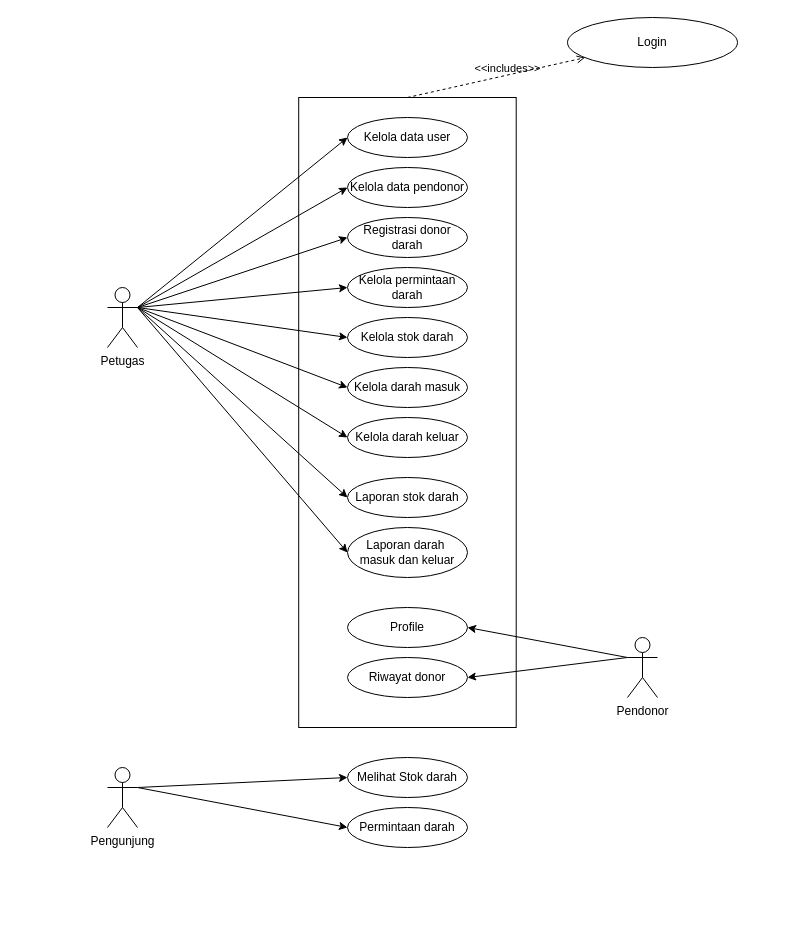
This is page "usecase" (1 of 5) of Untitled Diagram.drawio from afdikomayte/UDD-PMI-blood-donation-service, a draw.io file, before an edit. Source tidied: cells renumbered, new cells numbered last; positions are measured from the earlier drawing's top-left corner, leaving out a move shared by most shapes. Both pictures are drawn from the tidied source at 100%, with x=0, y=0 at pixel (107, 17).
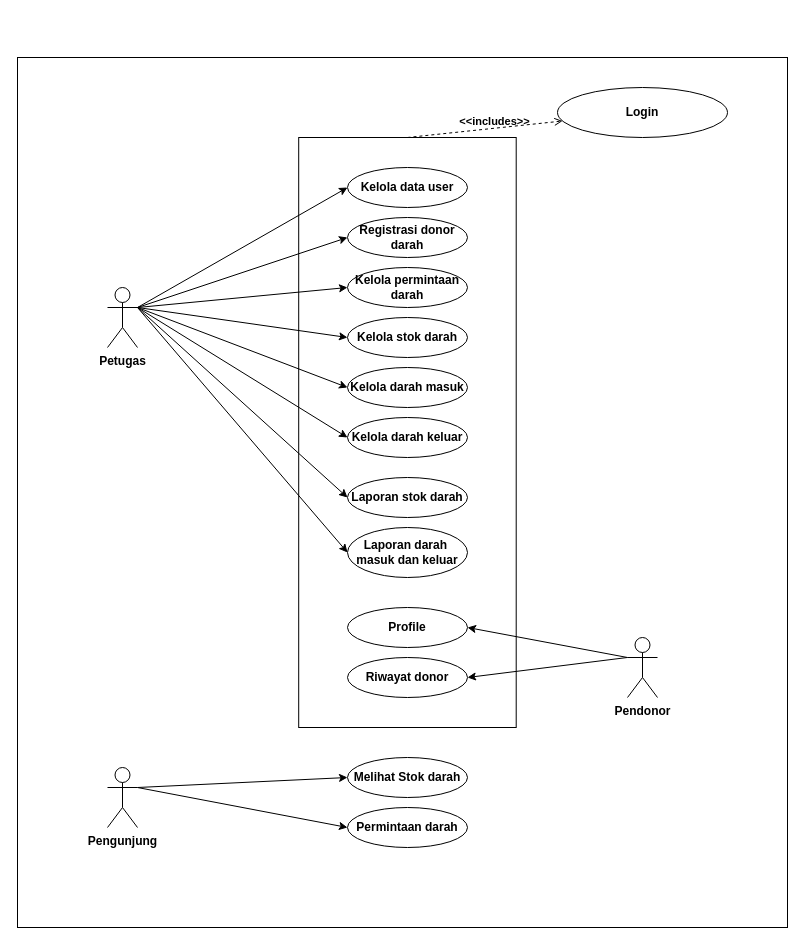
Above is the later version.

The edit, as a diff of the source:
```diff
@@
+    <mxCell id="34" style="rounded=0;whiteSpace=wrap;html=1;fontStyle=1;" parent="1" vertex="1">
+      <mxGeometry x="-90" y="40" width="770" height="870" as="geometry" />
+    </mxCell>
-    <mxCell id="2" style="rounded=0;whiteSpace=wrap;html=1;" parent="1" vertex="1">
-      <mxGeometry x="191.2" y="80" width="217.5" height="630" as="geometry" />
+    <mxCell id="2" style="rounded=0;whiteSpace=wrap;html=1;fontStyle=1;" parent="1" vertex="1">
+      <mxGeometry x="191.2" y="120" width="217.5" height="590" as="geometry" />
     </mxCell>
-    <mxCell id="3" style="rounded=0;jettySize=auto;html=1;exitX=1;exitY=0.3333333333333333;exitDx=0;exitDy=0;exitPerimeter=0;entryX=0;entryY=0.5;entryDx=0;entryDy=0;" parent="1" edge="1" source="5" target="7">
+    <mxCell id="3" style="rounded=0;jettySize=auto;html=1;exitX=1;exitY=0.3333333333333333;exitDx=0;exitDy=0;exitPerimeter=0;entryX=0;entryY=0.5;entryDx=0;entryDy=0;fontStyle=1;" parent="1" edge="1" source="5" target="7">
       <mxGeometry relative="1" as="geometry" />
     </mxCell>
-    <mxCell id="4" style="rounded=0;jettySize=auto;html=1;exitX=1;exitY=0.3333333333333333;exitDx=0;exitDy=0;exitPerimeter=0;entryX=0;entryY=0.5;entryDx=0;entryDy=0;" parent="1" edge="1" source="5" target="8">
-      <mxGeometry relative="1" as="geometry" />
-    </mxCell>
-    <mxCell id="5" value="Petugas" style="shape=umlActor;verticalLabelPosition=bottom;verticalAlign=top;html=1;outlineConnect=0;" parent="1" vertex="1">
+    <mxCell id="5" value="Petugas" style="shape=umlActor;verticalLabelPosition=bottom;verticalAlign=top;html=1;outlineConnect=0;fontStyle=1;" parent="1" vertex="1">
       <mxGeometry y="270" width="30" height="60" as="geometry" />
     </mxCell>
-    <mxCell id="6" value="Login" style="ellipse;whiteSpace=wrap;html=1;" parent="1" vertex="1">
-      <mxGeometry x="460" width="170" height="50" as="geometry" />
+    <mxCell id="6" value="Login" style="ellipse;whiteSpace=wrap;html=1;fontStyle=1;" parent="1" vertex="1">
+      <mxGeometry x="450" y="70" width="170" height="50" as="geometry" />
     </mxCell>
-    <mxCell id="7" value="Kelola data user" style="ellipse;whiteSpace=wrap;html=1;" parent="1" vertex="1">
-      <mxGeometry x="240" y="100" width="120" height="40" as="geometry" />
+    <mxCell id="7" value="Kelola data user" style="ellipse;whiteSpace=wrap;html=1;fontStyle=1;" parent="1" vertex="1">
+      <mxGeometry x="240" y="150" width="120" height="40" as="geometry" />
     </mxCell>
-    <mxCell id="8" value="Kelola data pendonor" style="ellipse;whiteSpace=wrap;html=1;" parent="1" vertex="1">
-      <mxGeometry x="240" y="150" width="120" height="40" as="geometry" />
-    </mxCell>
-    <mxCell id="9" value="Registrasi donor darah" style="ellipse;whiteSpace=wrap;html=1;" parent="1" vertex="1">
+    <mxCell id="9" value="Registrasi donor darah" style="ellipse;whiteSpace=wrap;html=1;fontStyle=1;" parent="1" vertex="1">
       <mxGeometry x="240" y="200" width="120" height="40" as="geometry" />
     </mxCell>
-    <mxCell id="10" value="Kelola permintaan darah" style="ellipse;whiteSpace=wrap;html=1;" parent="1" vertex="1">
+    <mxCell id="10" value="Kelola permintaan darah" style="ellipse;whiteSpace=wrap;html=1;fontStyle=1;" parent="1" vertex="1">
       <mxGeometry x="240" y="250" width="120" height="40" as="geometry" />
     </mxCell>
-    <mxCell id="11" value="Kelola stok darah" style="ellipse;whiteSpace=wrap;html=1;" parent="1" vertex="1">
+    <mxCell id="11" value="Kelola stok darah" style="ellipse;whiteSpace=wrap;html=1;fontStyle=1;" parent="1" vertex="1">
       <mxGeometry x="240" y="300" width="120" height="40" as="geometry" />
     </mxCell>
-    <mxCell id="12" value="Kelola darah masuk" style="ellipse;whiteSpace=wrap;html=1;" parent="1" vertex="1">
+    <mxCell id="12" value="Kelola darah masuk" style="ellipse;whiteSpace=wrap;html=1;fontStyle=1;" parent="1" vertex="1">
       <mxGeometry x="240" y="350" width="120" height="40" as="geometry" />
     </mxCell>
-    <mxCell id="13" value="Kelola darah keluar" style="ellipse;whiteSpace=wrap;html=1;" parent="1" vertex="1">
+    <mxCell id="13" value="Kelola darah keluar" style="ellipse;whiteSpace=wrap;html=1;fontStyle=1;" parent="1" vertex="1">
       <mxGeometry x="240" y="400" width="120" height="40" as="geometry" />
     </mxCell>
-    <mxCell id="14" style="rounded=0;jettySize=auto;html=1;entryX=0;entryY=0.5;entryDx=0;entryDy=0;exitX=1;exitY=0.3333333333333333;exitDx=0;exitDy=0;exitPerimeter=0;" parent="1" edge="1" source="5" target="9">
+    <mxCell id="14" style="rounded=0;jettySize=auto;html=1;entryX=0;entryY=0.5;entryDx=0;entryDy=0;exitX=1;exitY=0.3333333333333333;exitDx=0;exitDy=0;exitPerimeter=0;fontStyle=1;" parent="1" edge="1" source="5" target="9">
       <mxGeometry relative="1" as="geometry" />
     </mxCell>
-    <mxCell id="15" style="rounded=0;jettySize=auto;html=1;entryX=0;entryY=0.5;entryDx=0;entryDy=0;exitX=1;exitY=0.3333333333333333;exitDx=0;exitDy=0;exitPerimeter=0;" parent="1" edge="1" source="5" target="10">
+    <mxCell id="15" style="rounded=0;jettySize=auto;html=1;entryX=0;entryY=0.5;entryDx=0;entryDy=0;exitX=1;exitY=0.3333333333333333;exitDx=0;exitDy=0;exitPerimeter=0;fontStyle=1;" parent="1" edge="1" source="5" target="10">
       <mxGeometry relative="1" as="geometry" />
     </mxCell>
-    <mxCell id="16" style="rounded=0;jettySize=auto;html=1;entryX=0;entryY=0.5;entryDx=0;entryDy=0;exitX=1;exitY=0.3333333333333333;exitDx=0;exitDy=0;exitPerimeter=0;" parent="1" edge="1" source="5" target="11">
+    <mxCell id="16" style="rounded=0;jettySize=auto;html=1;entryX=0;entryY=0.5;entryDx=0;entryDy=0;exitX=1;exitY=0.3333333333333333;exitDx=0;exitDy=0;exitPerimeter=0;fontStyle=1;" parent="1" edge="1" source="5" target="11">
       <mxGeometry relative="1" as="geometry" />
     </mxCell>
-    <mxCell id="17" style="rounded=0;jettySize=auto;html=1;entryX=0;entryY=0.5;entryDx=0;entryDy=0;exitX=1;exitY=0.3333333333333333;exitDx=0;exitDy=0;exitPerimeter=0;" parent="1" edge="1" source="5" target="12">
+    <mxCell id="17" style="rounded=0;jettySize=auto;html=1;entryX=0;entryY=0.5;entryDx=0;entryDy=0;exitX=1;exitY=0.3333333333333333;exitDx=0;exitDy=0;exitPerimeter=0;fontStyle=1;" parent="1" edge="1" source="5" target="12">
       <mxGeometry relative="1" as="geometry" />
     </mxCell>
-    <mxCell id="18" style="rounded=0;jettySize=auto;html=1;entryX=0;entryY=0.5;entryDx=0;entryDy=0;exitX=1;exitY=0.3333333333333333;exitDx=0;exitDy=0;exitPerimeter=0;" parent="1" edge="1" source="5" target="13">
+    <mxCell id="18" style="rounded=0;jettySize=auto;html=1;entryX=0;entryY=0.5;entryDx=0;entryDy=0;exitX=1;exitY=0.3333333333333333;exitDx=0;exitDy=0;exitPerimeter=0;fontStyle=1;" parent="1" edge="1" source="5" target="13">
       <mxGeometry relative="1" as="geometry" />
     </mxCell>
-    <mxCell id="19" value="Laporan stok darah" style="ellipse;whiteSpace=wrap;html=1;" parent="1" vertex="1">
+    <mxCell id="19" value="Laporan stok darah" style="ellipse;whiteSpace=wrap;html=1;fontStyle=1;" parent="1" vertex="1">
       <mxGeometry x="240" y="460" width="120" height="40" as="geometry" />
     </mxCell>
-    <mxCell id="20" value="Laporan darah&amp;nbsp;&lt;div&gt;masuk dan keluar&lt;/div&gt;" style="ellipse;whiteSpace=wrap;html=1;" parent="1" vertex="1">
+    <mxCell id="20" value="Laporan darah&amp;nbsp;&lt;div&gt;masuk dan keluar&lt;/div&gt;" style="ellipse;whiteSpace=wrap;html=1;fontStyle=1;" parent="1" vertex="1">
       <mxGeometry x="240" y="510" width="120" height="50" as="geometry" />
     </mxCell>
-    <mxCell id="21" style="rounded=0;jettySize=auto;html=1;exitX=0;exitY=0.3333333333333333;exitDx=0;exitDy=0;exitPerimeter=0;entryX=1;entryY=0.5;entryDx=0;entryDy=0;" parent="1" edge="1" source="22" target="26">
+    <mxCell id="21" style="rounded=0;jettySize=auto;html=1;exitX=0;exitY=0.3333333333333333;exitDx=0;exitDy=0;exitPerimeter=0;entryX=1;entryY=0.5;entryDx=0;entryDy=0;fontStyle=1;" parent="1" edge="1" source="22" target="26">
       <mxGeometry relative="1" as="geometry" />
     </mxCell>
-    <mxCell id="22" value="Pendonor" style="shape=umlActor;verticalLabelPosition=bottom;verticalAlign=top;html=1;outlineConnect=0;" parent="1" vertex="1">
+    <mxCell id="22" value="Pendonor" style="shape=umlActor;verticalLabelPosition=bottom;verticalAlign=top;html=1;outlineConnect=0;fontStyle=1;" parent="1" vertex="1">
       <mxGeometry x="520" y="620" width="30" height="60" as="geometry" />
     </mxCell>
-    <mxCell id="23" value="&amp;lt;&amp;lt;includes&amp;gt;&amp;gt;" style="endArrow=open;html=1;rounded=0;align=center;verticalAlign=bottom;dashed=1;endFill=0;labelBackgroundColor=none;exitX=0.5;exitY=0;exitDx=0;exitDy=0;" parent="1" edge="1" source="2" target="6">
+    <mxCell id="23" value="&amp;lt;&amp;lt;includes&amp;gt;&amp;gt;" style="endArrow=open;html=1;rounded=0;align=center;verticalAlign=bottom;dashed=1;endFill=0;labelBackgroundColor=none;exitX=0.5;exitY=0;exitDx=0;exitDy=0;fontStyle=1;" parent="1" edge="1" source="2" target="6">
       <mxGeometry x="0.12" y="-2" relative="1" as="geometry" />
     </mxCell>
-    <mxCell id="24" style="rounded=0;jettySize=auto;html=1;entryX=0;entryY=0.5;entryDx=0;entryDy=0;exitX=1;exitY=0.3333333333333333;exitDx=0;exitDy=0;exitPerimeter=0;" parent="1" edge="1" source="5" target="19">
+    <mxCell id="24" style="rounded=0;jettySize=auto;html=1;entryX=0;entryY=0.5;entryDx=0;entryDy=0;exitX=1;exitY=0.3333333333333333;exitDx=0;exitDy=0;exitPerimeter=0;fontStyle=1;" parent="1" edge="1" source="5" target="19">
       <mxGeometry relative="1" as="geometry" />
     </mxCell>
-    <mxCell id="25" style="rounded=0;jettySize=auto;html=1;entryX=0;entryY=0.5;entryDx=0;entryDy=0;exitX=1;exitY=0.3333333333333333;exitDx=0;exitDy=0;exitPerimeter=0;" parent="1" edge="1" source="5" target="20">
+    <mxCell id="25" style="rounded=0;jettySize=auto;html=1;entryX=0;entryY=0.5;entryDx=0;entryDy=0;exitX=1;exitY=0.3333333333333333;exitDx=0;exitDy=0;exitPerimeter=0;fontStyle=1;" parent="1" edge="1" source="5" target="20">
       <mxGeometry relative="1" as="geometry" />
     </mxCell>
-    <mxCell id="26" value="Profile" style="ellipse;whiteSpace=wrap;html=1;" parent="1" vertex="1">
+    <mxCell id="26" value="Profile" style="ellipse;whiteSpace=wrap;html=1;fontStyle=1;" parent="1" vertex="1">
       <mxGeometry x="240" y="590" width="120" height="40" as="geometry" />
     </mxCell>
-    <mxCell id="27" value="Riwayat donor" style="ellipse;whiteSpace=wrap;html=1;" parent="1" vertex="1">
+    <mxCell id="27" value="Riwayat donor" style="ellipse;whiteSpace=wrap;html=1;fontStyle=1;" parent="1" vertex="1">
       <mxGeometry x="240" y="640" width="120" height="40" as="geometry" />
     </mxCell>
-    <mxCell id="28" style="rounded=0;jettySize=auto;html=1;exitX=0;exitY=0.333;exitDx=0;exitDy=0;exitPerimeter=0;entryX=1;entryY=0.5;entryDx=0;entryDy=0;" parent="1" edge="1" source="22" target="27">
+    <mxCell id="28" style="rounded=0;jettySize=auto;html=1;exitX=0;exitY=0.333;exitDx=0;exitDy=0;exitPerimeter=0;entryX=1;entryY=0.5;entryDx=0;entryDy=0;fontStyle=1;" parent="1" edge="1" source="22" target="27">
       <mxGeometry relative="1" as="geometry" />
     </mxCell>
-    <mxCell id="29" style="rounded=0;jettySize=auto;html=1;entryX=0;entryY=0.5;entryDx=0;entryDy=0;exitX=1;exitY=0.3333333333333333;exitDx=0;exitDy=0;exitPerimeter=0;" parent="1" edge="1" source="30" target="31">
+    <mxCell id="29" style="rounded=0;jettySize=auto;html=1;entryX=0;entryY=0.5;entryDx=0;entryDy=0;exitX=1;exitY=0.3333333333333333;exitDx=0;exitDy=0;exitPerimeter=0;fontStyle=1;" parent="1" edge="1" source="30" target="31">
       <mxGeometry relative="1" as="geometry" />
     </mxCell>
-    <mxCell id="30" value="Pengunjung" style="shape=umlActor;verticalLabelPosition=bottom;verticalAlign=top;html=1;outlineConnect=0;" parent="1" vertex="1">
+    <mxCell id="30" value="Pengunjung" style="shape=umlActor;verticalLabelPosition=bottom;verticalAlign=top;html=1;outlineConnect=0;fontStyle=1;" parent="1" vertex="1">
       <mxGeometry y="750" width="30" height="60" as="geometry" />
     </mxCell>
-    <mxCell id="31" value="Melihat Stok darah" style="ellipse;whiteSpace=wrap;html=1;" parent="1" vertex="1">
+    <mxCell id="31" value="Melihat Stok darah" style="ellipse;whiteSpace=wrap;html=1;fontStyle=1;" parent="1" vertex="1">
       <mxGeometry x="240" y="740" width="120" height="40" as="geometry" />
     </mxCell>
-    <mxCell id="32" value="Permintaan darah" style="ellipse;whiteSpace=wrap;html=1;" parent="1" vertex="1">
+    <mxCell id="32" value="Permintaan darah" style="ellipse;whiteSpace=wrap;html=1;fontStyle=1;" parent="1" vertex="1">
       <mxGeometry x="240" y="790" width="120" height="40" as="geometry" />
     </mxCell>
-    <mxCell id="33" style="rounded=0;jettySize=auto;html=1;entryX=0;entryY=0.5;entryDx=0;entryDy=0;exitX=1;exitY=0.3333333333333333;exitDx=0;exitDy=0;exitPerimeter=0;" parent="1" edge="1" source="30" target="32">
+    <mxCell id="33" style="rounded=0;jettySize=auto;html=1;entryX=0;entryY=0.5;entryDx=0;entryDy=0;exitX=1;exitY=0.3333333333333333;exitDx=0;exitDy=0;exitPerimeter=0;fontStyle=1;" parent="1" edge="1" source="30" target="32">
       <mxGeometry relative="1" as="geometry" />
     </mxCell>
```
